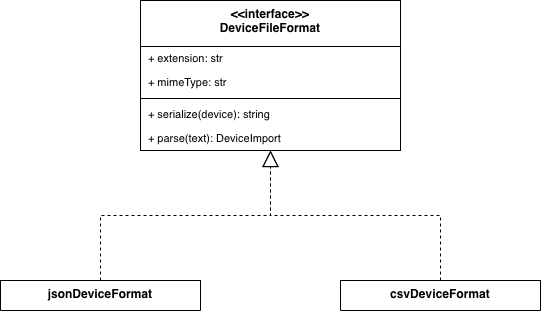
Earlier version of the draw.io export src/images/specifica_tecnica/device_file_formats.png (CoderiusGroup/Documentazione). Source tidied: cells renumbered, new cells last; positions are measured from the earlier drawing's top-left corner, leaving out a move shared by most shapes.
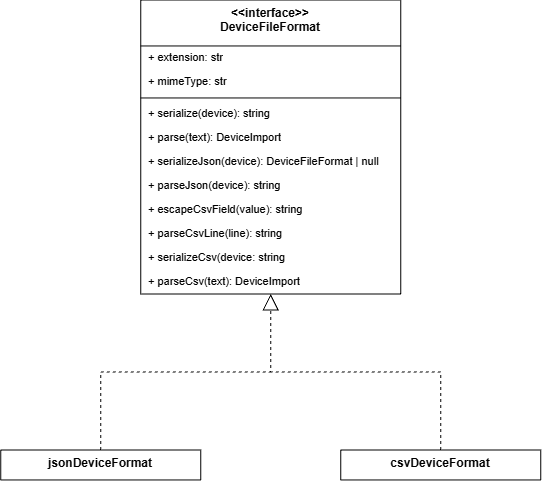
Later version of the same file.

Commit message:
Fix: Modificato grafico DeviceFileFormats

Change to the diagram source:
```diff
@@ -3,7 +3,7 @@
     <mxCell id="0" />
     <mxCell id="1" parent="0" />
     <mxCell id="2" value="&amp;lt;&amp;lt;interface&amp;gt;&amp;gt;&lt;br&gt;DeviceFileFormat" style="swimlane;fontStyle=1;align=center;verticalAlign=top;horizontal=1;startSize=46;whiteSpace=wrap;html=1;fillColor=#ffffff;strokeColor=#000000;fontColor=#000000;" parent="1" vertex="1">
-      <mxGeometry x="140" width="260" height="150" as="geometry" />
+      <mxGeometry x="140" y="-170" width="260" height="294" as="geometry" />
     </mxCell>
     <mxCell id="3" value="+ extension: str" style="text;strokeColor=none;fillColor=none;align=left;verticalAlign=middle;spacingLeft=6;spacingRight=6;overflow=hidden;whiteSpace=wrap;html=1;fontSize=11;fontColor=#000000;" parent="2" vertex="1">
       <mxGeometry y="46" width="260" height="24" as="geometry" />
@@ -20,6 +20,24 @@
     <mxCell id="7" value="+ parse(text): DeviceImport" style="text;strokeColor=none;fillColor=none;align=left;verticalAlign=middle;spacingLeft=6;spacingRight=6;overflow=hidden;whiteSpace=wrap;html=1;fontSize=11;fontColor=#000000;" parent="2" vertex="1">
       <mxGeometry y="126" width="260" height="24" as="geometry" />
     </mxCell>
+    <mxCell id="12" value="+ serializeJson(device): DeviceFileFormat | null" style="text;strokeColor=none;fillColor=none;align=left;verticalAlign=middle;spacingLeft=6;spacingRight=6;overflow=hidden;whiteSpace=wrap;html=1;fontSize=11;fontColor=#000000;" parent="2" vertex="1">
+      <mxGeometry y="150" width="260" height="24" as="geometry" />
+    </mxCell>
+    <mxCell id="13" value="+ parseJson(device): string" style="text;strokeColor=none;fillColor=none;align=left;verticalAlign=middle;spacingLeft=6;spacingRight=6;overflow=hidden;whiteSpace=wrap;html=1;fontSize=11;fontColor=#000000;" parent="2" vertex="1">
+      <mxGeometry y="174" width="260" height="24" as="geometry" />
+    </mxCell>
+    <mxCell id="14" value="+ escapeCsvField(value): string" style="text;strokeColor=none;fillColor=none;align=left;verticalAlign=middle;spacingLeft=6;spacingRight=6;overflow=hidden;whiteSpace=wrap;html=1;fontSize=11;fontColor=#000000;" parent="2" vertex="1">
+      <mxGeometry y="198" width="260" height="24" as="geometry" />
+    </mxCell>
+    <mxCell id="15" value="+ parseCsvLine(line): string" style="text;strokeColor=none;fillColor=none;align=left;verticalAlign=middle;spacingLeft=6;spacingRight=6;overflow=hidden;whiteSpace=wrap;html=1;fontSize=11;fontColor=#000000;" parent="2" vertex="1">
+      <mxGeometry y="222" width="260" height="24" as="geometry" />
+    </mxCell>
+    <mxCell id="16" value="+ serializeCsv(device: string" style="text;strokeColor=none;fillColor=none;align=left;verticalAlign=middle;spacingLeft=6;spacingRight=6;overflow=hidden;whiteSpace=wrap;html=1;fontSize=11;fontColor=#000000;" parent="2" vertex="1">
+      <mxGeometry y="246" width="260" height="24" as="geometry" />
+    </mxCell>
+    <mxCell id="17" value="+ parseCsv(text): DeviceImport" style="text;strokeColor=none;fillColor=none;align=left;verticalAlign=middle;spacingLeft=6;spacingRight=6;overflow=hidden;whiteSpace=wrap;html=1;fontSize=11;fontColor=#000000;" parent="2" vertex="1">
+      <mxGeometry y="270" width="260" height="24" as="geometry" />
+    </mxCell>
     <mxCell id="8" value="jsonDeviceFormat" style="swimlane;fontStyle=1;align=center;verticalAlign=top;horizontal=1;startSize=30;whiteSpace=wrap;html=1;fillColor=#ffffff;strokeColor=#000000;fontColor=#000000;" parent="1" vertex="1">
       <mxGeometry y="280" width="200" height="30" as="geometry" />
     </mxCell>
```
